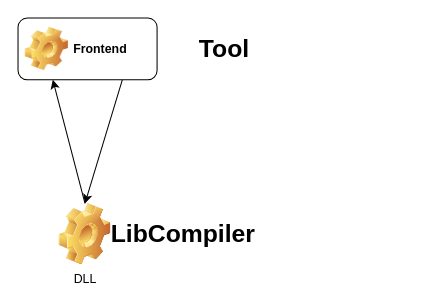
Above: doc/ARCH.drawio in nekernel-org/necti (draw.io), before the change. Source tidied: cells renumbered, new cells numbered last; positions are measured from the earlier drawing's top-left corner, leaving out a move shared by most shapes. Both pictures are drawn from the tidied source at 103%, with x=0, y=0 at pixel (18, 18).
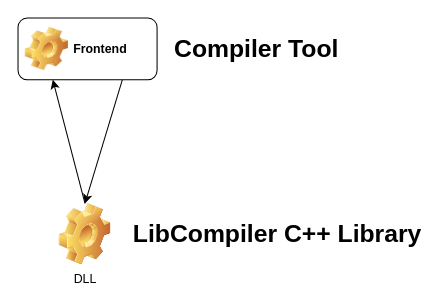
The same diagram, later.

What changed in the source:
```diff
@@
 <mxGraphModel>
   <root>
     <mxCell id="0" />
     <mxCell id="1" parent="0" />
     <mxCell id="2" style="edgeStyle=none;html=1;exitX=0.5;exitY=0;exitDx=0;exitDy=0;entryX=0.25;entryY=1;entryDx=0;entryDy=0;" parent="1" edge="1" source="3" target="5">
       <mxGeometry relative="1" as="geometry" />
     </mxCell>
     <mxCell id="3" value="DLL" style="shape=image;html=1;verticalLabelPosition=bottom;verticalAlign=top;imageAspect=0;image=img/clipart/Gear_128x128.png;" parent="1" vertex="1">
       <mxGeometry x="40" y="180" width="50" height="60" as="geometry" />
     </mxCell>
     <mxCell id="4" style="edgeStyle=none;html=1;exitX=0.75;exitY=1;exitDx=0;exitDy=0;entryX=0.5;entryY=0;entryDx=0;entryDy=0;" parent="1" edge="1" source="5" target="3">
       <mxGeometry relative="1" as="geometry" />
     </mxCell>
     <mxCell id="5" value="Frontend" style="label;whiteSpace=wrap;html=1;image=img/clipart/Gear_128x128.png;" parent="1" vertex="1">
       <mxGeometry width="135" height="60" as="geometry" />
     </mxCell>
-    <mxCell id="6" value="LibCompiler" style="text;strokeColor=none;fillColor=none;html=1;fontSize=24;fontStyle=1;verticalAlign=middle;align=center;" parent="1" vertex="1">
-      <mxGeometry x="110" y="190" width="100" height="40" as="geometry" />
+    <mxCell id="6" value="LibCompiler C++ Library" style="text;strokeColor=none;fillColor=none;html=1;fontSize=24;fontStyle=1;verticalAlign=middle;align=left;" parent="1" vertex="1">
+      <mxGeometry x="110" y="190" width="290" height="40" as="geometry" />
     </mxCell>
-    <mxCell id="7" value="Tool" style="text;strokeColor=none;fillColor=none;html=1;fontSize=24;fontStyle=1;verticalAlign=middle;align=center;" parent="1" vertex="1">
-      <mxGeometry x="150" y="10" width="100" height="40" as="geometry" />
+    <mxCell id="7" value="Compiler Tool" style="text;strokeColor=none;fillColor=none;html=1;fontSize=24;fontStyle=1;verticalAlign=middle;align=left;" parent="1" vertex="1">
+      <mxGeometry x="150" y="10" width="170" height="40" as="geometry" />
     </mxCell>
   </root>
 </mxGraphModel>
```
